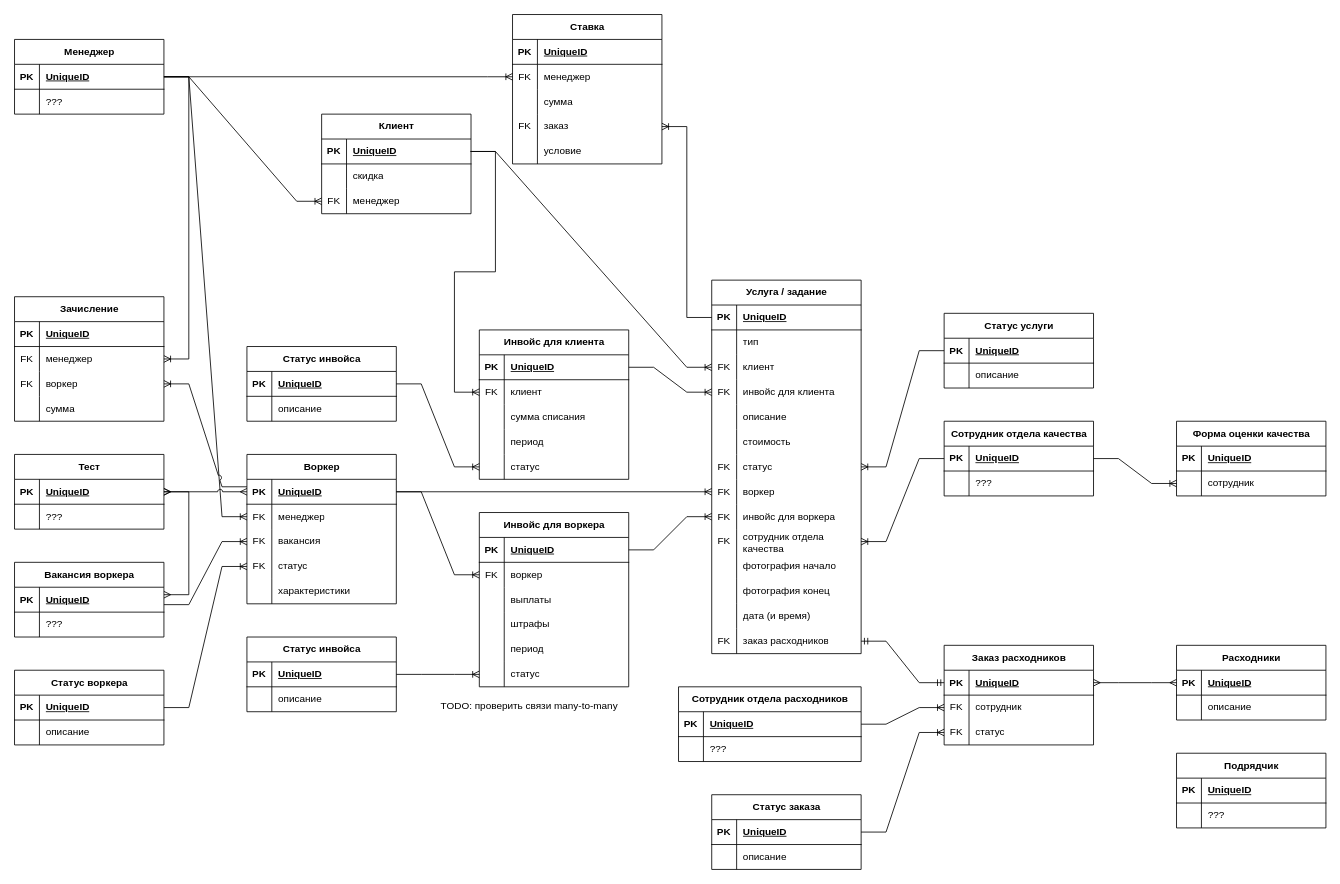
Earlier version of the draw.io diagram hw0/erd.drawio (mikhaildruzhinin/tough-dev-school-system-analysis). Source tidied: cells renumbered, new cells numbered last; positions are measured from the earlier drawing's top-left corner, leaving out a move shared by most shapes. Both pictures are drawn from the tidied source at 83%, with x=0, y=0 at pixel (-135, 14).
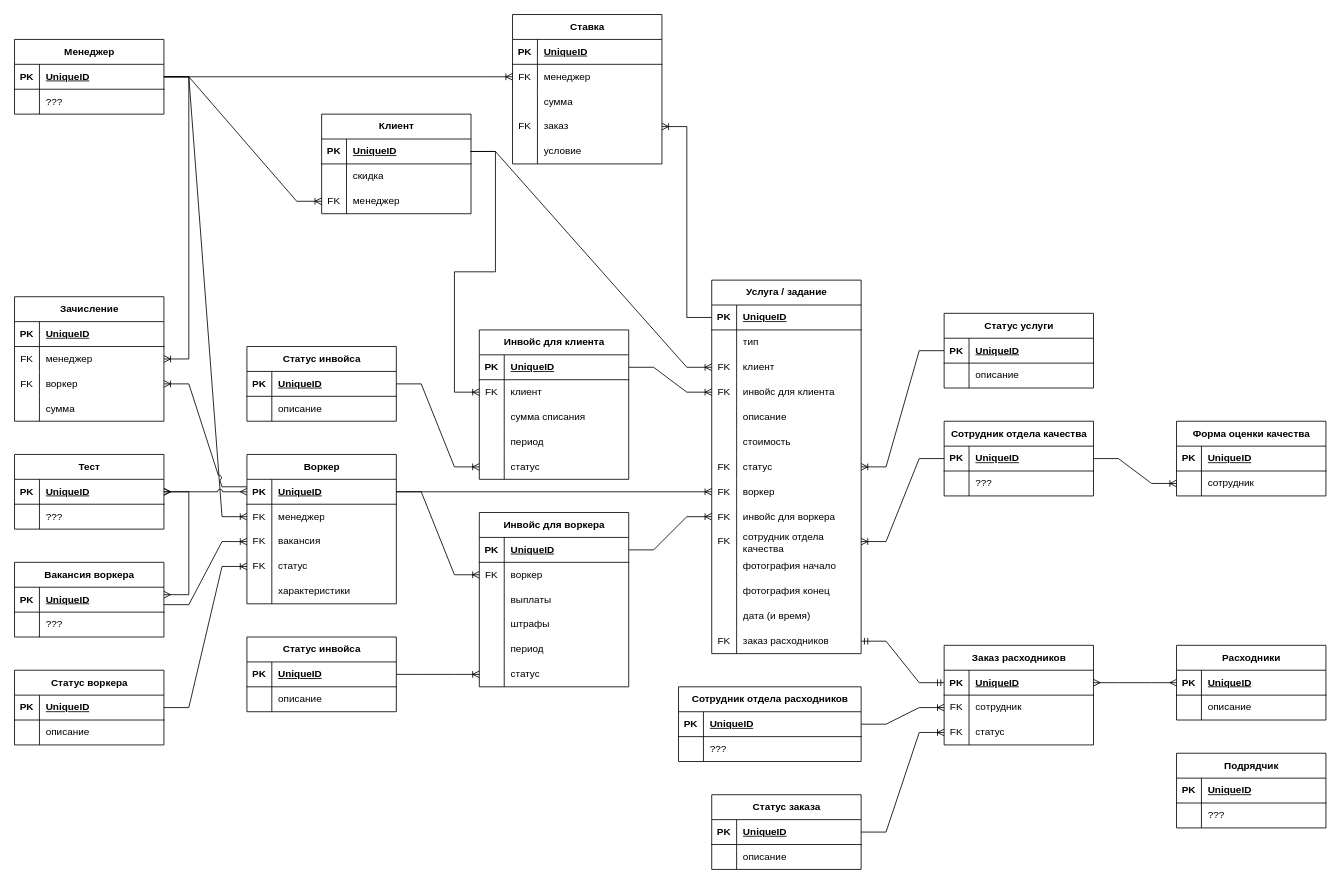
Above is the later version.

What changed in the source:
```diff
@@
-    <mxCell id="259" value="TODO: проверить связи many-to-many" style="text;html=1;align=center;verticalAlign=middle;strokeColor=none;fillColor=none;" parent="1" vertex="1">
-      <mxGeometry x="680" y="818" width="240" height="30" as="geometry" />
-    </mxCell>
```
